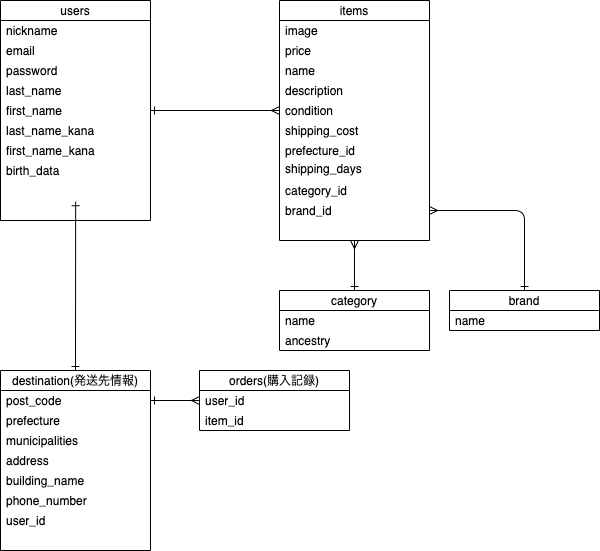
Above: ER.drawio.png in gaki-h/furima-37405 (draw.io), before the change. Source tidied: cells renumbered, new cells last; positions are measured from the earlier drawing's top-left corner, leaving out a move shared by most shapes. Its diagram source:
```xml
<mxGraphModel>
  <root>
    <mxCell id="0" />
    <mxCell id="1" parent="0" />
    <mxCell id="2" style="edgeStyle=none;html=1;exitX=1;exitY=0.5;exitDx=0;exitDy=0;entryX=0;entryY=0.5;entryDx=0;entryDy=0;startArrow=ERone;startFill=0;endArrow=ERmany;endFill=0;elbow=vertical;" parent="1" edge="1" source="3" target="19">
      <mxGeometry relative="1" as="geometry" />
    </mxCell>
    <mxCell id="3" value="users" style="swimlane;fontStyle=0;horizontal=1;startSize=20;" parent="1" vertex="1">
      <mxGeometry width="150" height="220" as="geometry" />
    </mxCell>
    <mxCell id="4" value="nickname" style="text;strokeColor=none;fillColor=none;align=left;verticalAlign=middle;spacingLeft=4;spacingRight=4;overflow=hidden;" parent="3" vertex="1">
      <mxGeometry y="20" width="150" height="20" as="geometry" />
    </mxCell>
    <mxCell id="5" value="email" style="text;strokeColor=none;fillColor=none;align=left;verticalAlign=middle;spacingLeft=4;spacingRight=4;overflow=hidden;" parent="3" vertex="1">
      <mxGeometry y="40" width="150" height="20" as="geometry" />
    </mxCell>
    <mxCell id="6" value="password" style="text;strokeColor=none;fillColor=none;align=left;verticalAlign=middle;spacingLeft=4;spacingRight=4;overflow=hidden;" parent="3" vertex="1">
      <mxGeometry y="60" width="150" height="20" as="geometry" />
    </mxCell>
    <mxCell id="7" value="last_name" style="text;strokeColor=none;fillColor=none;align=left;verticalAlign=middle;spacingLeft=4;spacingRight=4;overflow=hidden;" parent="3" vertex="1">
      <mxGeometry y="80" width="150" height="20" as="geometry" />
    </mxCell>
    <mxCell id="8" value="first_name" style="text;strokeColor=none;fillColor=none;align=left;verticalAlign=middle;spacingLeft=4;spacingRight=4;overflow=hidden;" parent="3" vertex="1">
      <mxGeometry y="100" width="150" height="20" as="geometry" />
    </mxCell>
    <mxCell id="9" value="last_name_kana" style="text;strokeColor=none;fillColor=none;align=left;verticalAlign=middle;spacingLeft=4;spacingRight=4;overflow=hidden;" parent="3" vertex="1">
      <mxGeometry y="120" width="150" height="20" as="geometry" />
    </mxCell>
    <mxCell id="10" value="first_name_kana" style="text;strokeColor=none;fillColor=none;align=left;verticalAlign=middle;spacingLeft=4;spacingRight=4;overflow=hidden;" parent="3" vertex="1">
      <mxGeometry y="140" width="150" height="20" as="geometry" />
    </mxCell>
    <mxCell id="11" value="birth_data" style="text;strokeColor=none;fillColor=none;align=left;verticalAlign=middle;spacingLeft=4;spacingRight=4;overflow=hidden;" parent="3" vertex="1">
      <mxGeometry y="160" width="150" height="20" as="geometry" />
    </mxCell>
    <mxCell id="12" style="text;strokeColor=none;fillColor=none;align=left;verticalAlign=middle;spacingLeft=4;spacingRight=4;overflow=hidden;points=[[0,0.5],[1,0.5]];portConstraint=eastwest;" parent="3" vertex="1">
      <mxGeometry y="180" width="150" height="20" as="geometry" />
    </mxCell>
    <mxCell id="13" style="text;strokeColor=none;fillColor=none;align=left;verticalAlign=middle;spacingLeft=4;spacingRight=4;overflow=hidden;points=[[0,0.5],[1,0.5]];portConstraint=eastwest;" parent="3" vertex="1">
      <mxGeometry y="200" width="150" height="20" as="geometry" />
    </mxCell>
    <mxCell id="14" value="items" style="swimlane;fontStyle=0;horizontal=1;startSize=20;" parent="1" vertex="1">
      <mxGeometry x="279" width="150" height="240" as="geometry" />
    </mxCell>
    <mxCell id="15" value="image" style="text;strokeColor=none;fillColor=none;align=left;verticalAlign=middle;spacingLeft=4;spacingRight=4;overflow=hidden;" parent="14" vertex="1">
      <mxGeometry y="20" width="150" height="20" as="geometry" />
    </mxCell>
    <mxCell id="16" value="price" style="text;strokeColor=none;fillColor=none;align=left;verticalAlign=middle;spacingLeft=4;spacingRight=4;overflow=hidden;" parent="14" vertex="1">
      <mxGeometry y="40" width="150" height="20" as="geometry" />
    </mxCell>
    <mxCell id="17" value="name" style="text;strokeColor=none;fillColor=none;align=left;verticalAlign=middle;spacingLeft=4;spacingRight=4;overflow=hidden;" parent="14" vertex="1">
      <mxGeometry y="60" width="150" height="20" as="geometry" />
    </mxCell>
    <mxCell id="18" value="description" style="text;strokeColor=none;fillColor=none;align=left;verticalAlign=middle;spacingLeft=4;spacingRight=4;overflow=hidden;" parent="14" vertex="1">
      <mxGeometry y="80" width="150" height="20" as="geometry" />
    </mxCell>
    <mxCell id="19" value="condition" style="text;strokeColor=none;fillColor=none;align=left;verticalAlign=middle;spacingLeft=4;spacingRight=4;overflow=hidden;points=[[0,0.5],[1,0.5]];portConstraint=eastwest;" parent="14" vertex="1">
      <mxGeometry y="100" width="150" height="20" as="geometry" />
    </mxCell>
    <mxCell id="20" value="shipping_cost" style="text;strokeColor=none;fillColor=none;align=left;verticalAlign=middle;spacingLeft=4;spacingRight=4;overflow=hidden;" parent="14" vertex="1">
      <mxGeometry y="120" width="150" height="20" as="geometry" />
    </mxCell>
    <mxCell id="21" value="prefecture_id" style="text;strokeColor=none;fillColor=none;align=left;verticalAlign=middle;spacingLeft=4;spacingRight=4;overflow=hidden;" parent="14" vertex="1">
      <mxGeometry y="140" width="150" height="20" as="geometry" />
    </mxCell>
    <mxCell id="22" value="shipping_days&#10;&#10;" style="text;strokeColor=none;fillColor=none;align=left;verticalAlign=middle;spacingLeft=4;spacingRight=4;overflow=hidden;" parent="14" vertex="1">
      <mxGeometry y="160" width="150" height="20" as="geometry" />
    </mxCell>
    <mxCell id="23" value="category_id" style="text;strokeColor=none;fillColor=none;align=left;verticalAlign=middle;spacingLeft=4;spacingRight=4;overflow=hidden;" parent="14" vertex="1">
      <mxGeometry y="180" width="150" height="20" as="geometry" />
    </mxCell>
    <mxCell id="24" value="brand_id" style="text;strokeColor=none;fillColor=none;align=left;verticalAlign=middle;spacingLeft=4;spacingRight=4;overflow=hidden;points=[[0,0.5],[1,0.5]];portConstraint=eastwest;" parent="14" vertex="1">
      <mxGeometry y="200" width="150" height="20" as="geometry" />
    </mxCell>
    <mxCell id="25" style="text;strokeColor=none;fillColor=none;align=left;verticalAlign=middle;spacingLeft=4;spacingRight=4;overflow=hidden;" parent="14" vertex="1">
      <mxGeometry y="220" width="150" height="20" as="geometry" />
    </mxCell>
    <mxCell id="26" style="html=1;exitX=0.5;exitY=0;exitDx=0;exitDy=0;entryX=0.501;entryY=1.061;entryDx=0;entryDy=0;entryPerimeter=0;elbow=vertical;endArrow=ERone;endFill=0;startArrow=ERone;startFill=0;" parent="1" edge="1" source="27" target="12">
      <mxGeometry relative="1" as="geometry" />
    </mxCell>
    <mxCell id="27" value="destination(発送先情報)" style="swimlane;fontStyle=0;horizontal=1;startSize=20;" parent="1" vertex="1">
      <mxGeometry y="370" width="150" height="180" as="geometry" />
    </mxCell>
    <mxCell id="28" value="post_code" style="text;strokeColor=none;fillColor=none;align=left;verticalAlign=middle;spacingLeft=4;spacingRight=4;overflow=hidden;points=[[0,0.5],[1,0.5]];portConstraint=eastwest;" parent="27" vertex="1">
      <mxGeometry y="20" width="150" height="20" as="geometry" />
    </mxCell>
    <mxCell id="29" value="prefecture" style="text;strokeColor=none;fillColor=none;align=left;verticalAlign=middle;spacingLeft=4;spacingRight=4;overflow=hidden;" parent="27" vertex="1">
      <mxGeometry y="40" width="150" height="20" as="geometry" />
    </mxCell>
    <mxCell id="30" value="municipalities" style="text;strokeColor=none;fillColor=none;align=left;verticalAlign=middle;spacingLeft=4;spacingRight=4;overflow=hidden;points=[[0,0.5],[1,0.5]];portConstraint=eastwest;" parent="27" vertex="1">
      <mxGeometry y="60" width="150" height="20" as="geometry" />
    </mxCell>
    <mxCell id="31" value="address" style="text;strokeColor=none;fillColor=none;align=left;verticalAlign=middle;spacingLeft=4;spacingRight=4;overflow=hidden;" parent="27" vertex="1">
      <mxGeometry y="80" width="150" height="20" as="geometry" />
    </mxCell>
    <mxCell id="32" value="building_name" style="text;strokeColor=none;fillColor=none;align=left;verticalAlign=middle;spacingLeft=4;spacingRight=4;overflow=hidden;" parent="27" vertex="1">
      <mxGeometry y="100" width="150" height="20" as="geometry" />
    </mxCell>
    <mxCell id="33" value="phone_number" style="text;strokeColor=none;fillColor=none;align=left;verticalAlign=middle;spacingLeft=4;spacingRight=4;overflow=hidden;" parent="27" vertex="1">
      <mxGeometry y="120" width="150" height="20" as="geometry" />
    </mxCell>
    <mxCell id="34" value="user_id" style="text;strokeColor=none;fillColor=none;align=left;verticalAlign=middle;spacingLeft=4;spacingRight=4;overflow=hidden;" parent="27" vertex="1">
      <mxGeometry y="140" width="150" height="20" as="geometry" />
    </mxCell>
    <mxCell id="35" style="text;strokeColor=none;fillColor=none;align=left;verticalAlign=middle;spacingLeft=4;spacingRight=4;overflow=hidden;" parent="27" vertex="1">
      <mxGeometry y="160" width="150" height="20" as="geometry" />
    </mxCell>
    <mxCell id="36" value="orders(購入記録)" style="swimlane;fontStyle=0;horizontal=1;startSize=20;" parent="1" vertex="1">
      <mxGeometry x="199" y="370" width="150" height="60" as="geometry" />
    </mxCell>
    <mxCell id="37" value="user_id" style="text;strokeColor=none;fillColor=none;align=left;verticalAlign=middle;spacingLeft=4;spacingRight=4;overflow=hidden;points=[[0,0.5],[1,0.5]];portConstraint=eastwest;" parent="36" vertex="1">
      <mxGeometry y="20" width="150" height="20" as="geometry" />
    </mxCell>
    <mxCell id="38" value="item_id" style="text;strokeColor=none;fillColor=none;align=left;verticalAlign=middle;spacingLeft=4;spacingRight=4;overflow=hidden;" parent="36" vertex="1">
      <mxGeometry y="40" width="150" height="20" as="geometry" />
    </mxCell>
    <mxCell id="39" style="html=1;exitX=0.5;exitY=0;exitDx=0;exitDy=0;startArrow=ERone;startFill=0;endArrow=ERmany;endFill=0;elbow=vertical;" parent="1" edge="1" source="40">
      <mxGeometry relative="1" as="geometry">
        <mxPoint x="354" y="240" as="targetPoint" />
      </mxGeometry>
    </mxCell>
    <mxCell id="40" value="category" style="swimlane;fontStyle=0;horizontal=1;startSize=20;" parent="1" vertex="1">
      <mxGeometry x="279" y="290" width="150" height="60" as="geometry" />
    </mxCell>
    <mxCell id="41" value="name" style="text;strokeColor=none;fillColor=none;align=left;verticalAlign=middle;spacingLeft=4;spacingRight=4;overflow=hidden;" parent="40" vertex="1">
      <mxGeometry y="20" width="150" height="20" as="geometry" />
    </mxCell>
    <mxCell id="42" value="ancestry" style="text;strokeColor=none;fillColor=none;align=left;verticalAlign=middle;spacingLeft=4;spacingRight=4;overflow=hidden;" parent="40" vertex="1">
      <mxGeometry y="40" width="150" height="20" as="geometry" />
    </mxCell>
    <mxCell id="43" style="edgeStyle=orthogonalEdgeStyle;html=1;exitX=0.5;exitY=0;exitDx=0;exitDy=0;entryX=1;entryY=0.5;entryDx=0;entryDy=0;startArrow=ERone;startFill=0;endArrow=ERmany;endFill=0;elbow=vertical;" parent="1" edge="1" source="44" target="24">
      <mxGeometry relative="1" as="geometry" />
    </mxCell>
    <mxCell id="44" value="brand" style="swimlane;fontStyle=0;horizontal=1;startSize=20;" parent="1" vertex="1">
      <mxGeometry x="449" y="290" width="150" height="40" as="geometry" />
    </mxCell>
    <mxCell id="45" value="name" style="text;strokeColor=none;fillColor=none;align=left;verticalAlign=middle;spacingLeft=4;spacingRight=4;overflow=hidden;" parent="44" vertex="1">
      <mxGeometry y="20" width="150" height="20" as="geometry" />
    </mxCell>
    <mxCell id="46" style="edgeStyle=none;html=1;exitX=0;exitY=0.5;exitDx=0;exitDy=0;startArrow=ERmany;startFill=0;endArrow=ERone;endFill=0;elbow=vertical;entryX=1;entryY=0.5;entryDx=0;entryDy=0;" parent="1" edge="1" source="37" target="28">
      <mxGeometry relative="1" as="geometry" />
    </mxCell>
  </root>
</mxGraphModel>
```
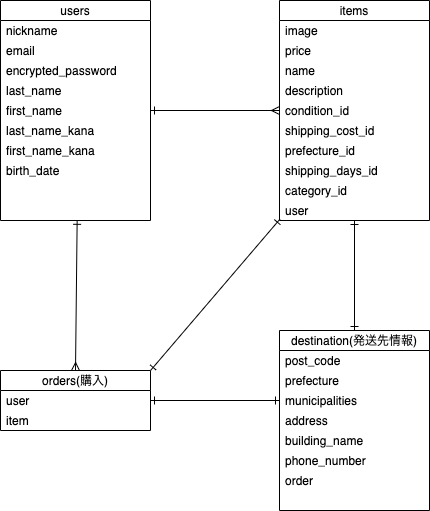
The same diagram one commit later.

Change to the diagram source:
```diff
@@ -14,7 +14,7 @@
     <mxCell id="5" value="email" style="text;strokeColor=none;fillColor=none;align=left;verticalAlign=middle;spacingLeft=4;spacingRight=4;overflow=hidden;" parent="3" vertex="1">
       <mxGeometry y="40" width="150" height="20" as="geometry" />
     </mxCell>
-    <mxCell id="6" value="password" style="text;strokeColor=none;fillColor=none;align=left;verticalAlign=middle;spacingLeft=4;spacingRight=4;overflow=hidden;" parent="3" vertex="1">
+    <mxCell id="6" value="encrypted_password" style="text;strokeColor=none;fillColor=none;align=left;verticalAlign=middle;spacingLeft=4;spacingRight=4;overflow=hidden;" parent="3" vertex="1">
       <mxGeometry y="60" width="150" height="20" as="geometry" />
     </mxCell>
     <mxCell id="7" value="last_name" style="text;strokeColor=none;fillColor=none;align=left;verticalAlign=middle;spacingLeft=4;spacingRight=4;overflow=hidden;" parent="3" vertex="1">
@@ -29,7 +29,7 @@
     <mxCell id="10" value="first_name_kana" style="text;strokeColor=none;fillColor=none;align=left;verticalAlign=middle;spacingLeft=4;spacingRight=4;overflow=hidden;" parent="3" vertex="1">
       <mxGeometry y="140" width="150" height="20" as="geometry" />
     </mxCell>
-    <mxCell id="11" value="birth_data" style="text;strokeColor=none;fillColor=none;align=left;verticalAlign=middle;spacingLeft=4;spacingRight=4;overflow=hidden;" parent="3" vertex="1">
+    <mxCell id="11" value="birth_date" style="text;strokeColor=none;fillColor=none;align=left;verticalAlign=middle;spacingLeft=4;spacingRight=4;overflow=hidden;" parent="3" vertex="1">
       <mxGeometry y="160" width="150" height="20" as="geometry" />
     </mxCell>
     <mxCell id="12" style="text;strokeColor=none;fillColor=none;align=left;verticalAlign=middle;spacingLeft=4;spacingRight=4;overflow=hidden;points=[[0,0.5],[1,0.5]];portConstraint=eastwest;" parent="3" vertex="1">
@@ -39,7 +39,7 @@
       <mxGeometry y="200" width="150" height="20" as="geometry" />
     </mxCell>
     <mxCell id="14" value="items" style="swimlane;fontStyle=0;horizontal=1;startSize=20;" parent="1" vertex="1">
-      <mxGeometry x="279" width="150" height="240" as="geometry" />
+      <mxGeometry x="279" width="150" height="220" as="geometry" />
     </mxCell>
     <mxCell id="15" value="image" style="text;strokeColor=none;fillColor=none;align=left;verticalAlign=middle;spacingLeft=4;spacingRight=4;overflow=hidden;" parent="14" vertex="1">
       <mxGeometry y="20" width="150" height="20" as="geometry" />
@@ -53,32 +53,31 @@
     <mxCell id="18" value="description" style="text;strokeColor=none;fillColor=none;align=left;verticalAlign=middle;spacingLeft=4;spacingRight=4;overflow=hidden;" parent="14" vertex="1">
       <mxGeometry y="80" width="150" height="20" as="geometry" />
     </mxCell>
-    <mxCell id="19" value="condition" style="text;strokeColor=none;fillColor=none;align=left;verticalAlign=middle;spacingLeft=4;spacingRight=4;overflow=hidden;points=[[0,0.5],[1,0.5]];portConstraint=eastwest;" parent="14" vertex="1">
+    <mxCell id="19" value="condition_id" style="text;strokeColor=none;fillColor=none;align=left;verticalAlign=middle;spacingLeft=4;spacingRight=4;overflow=hidden;points=[[0,0.5],[1,0.5]];portConstraint=eastwest;" parent="14" vertex="1">
       <mxGeometry y="100" width="150" height="20" as="geometry" />
     </mxCell>
-    <mxCell id="20" value="shipping_cost" style="text;strokeColor=none;fillColor=none;align=left;verticalAlign=middle;spacingLeft=4;spacingRight=4;overflow=hidden;" parent="14" vertex="1">
+    <mxCell id="20" value="shipping_cost_id" style="text;strokeColor=none;fillColor=none;align=left;verticalAlign=middle;spacingLeft=4;spacingRight=4;overflow=hidden;" parent="14" vertex="1">
       <mxGeometry y="120" width="150" height="20" as="geometry" />
     </mxCell>
     <mxCell id="21" value="prefecture_id" style="text;strokeColor=none;fillColor=none;align=left;verticalAlign=middle;spacingLeft=4;spacingRight=4;overflow=hidden;" parent="14" vertex="1">
       <mxGeometry y="140" width="150" height="20" as="geometry" />
     </mxCell>
-    <mxCell id="22" value="shipping_days&#10;&#10;" style="text;strokeColor=none;fillColor=none;align=left;verticalAlign=middle;spacingLeft=4;spacingRight=4;overflow=hidden;" parent="14" vertex="1">
+    <mxCell id="22" value="shipping_days_id" style="text;strokeColor=none;fillColor=none;align=left;verticalAlign=middle;spacingLeft=4;spacingRight=4;overflow=hidden;" parent="14" vertex="1">
       <mxGeometry y="160" width="150" height="20" as="geometry" />
     </mxCell>
-    <mxCell id="23" value="category_id" style="text;strokeColor=none;fillColor=none;align=left;verticalAlign=middle;spacingLeft=4;spacingRight=4;overflow=hidden;" parent="14" vertex="1">
-      <mxGeometry y="180" width="150" height="20" as="geometry" />
-    </mxCell>
-    <mxCell id="24" value="brand_id" style="text;strokeColor=none;fillColor=none;align=left;verticalAlign=middle;spacingLeft=4;spacingRight=4;overflow=hidden;points=[[0,0.5],[1,0.5]];portConstraint=eastwest;" parent="14" vertex="1">
-      <mxGeometry y="200" width="150" height="20" as="geometry" />
-    </mxCell>
-    <mxCell id="25" style="text;strokeColor=none;fillColor=none;align=left;verticalAlign=middle;spacingLeft=4;spacingRight=4;overflow=hidden;" parent="14" vertex="1">
-      <mxGeometry y="220" width="150" height="20" as="geometry" />
+    <mxCell id="25" value="category_id" style="text;strokeColor=none;fillColor=none;align=left;verticalAlign=middle;spacingLeft=4;spacingRight=4;overflow=hidden;" parent="14" vertex="1">
+      <mxGeometry y="180" width="150" height="20" as="geometry" />
     </mxCell>
-    <mxCell id="26" style="html=1;exitX=0.5;exitY=0;exitDx=0;exitDy=0;entryX=0.501;entryY=1.061;entryDx=0;entryDy=0;entryPerimeter=0;elbow=vertical;endArrow=ERone;endFill=0;startArrow=ERone;startFill=0;" parent="1" edge="1" source="27" target="12">
-      <mxGeometry relative="1" as="geometry" />
-    </mxCell>
+    <mxCell id="47" value="user" style="text;strokeColor=none;fillColor=none;align=left;verticalAlign=middle;spacingLeft=4;spacingRight=4;overflow=hidden;points=[[0,0.5],[1,0.5]];portConstraint=eastwest;" parent="14" vertex="1">
+      <mxGeometry y="200" width="150" height="20" as="geometry" />
+    </mxCell>
+    <mxCell id="48" style="edgeStyle=none;html=1;exitX=0.5;exitY=0;exitDx=0;exitDy=0;startArrow=ERone;startFill=0;endArrow=ERone;endFill=0;elbow=vertical;" parent="1" edge="1" source="27">
+      <mxGeometry relative="1" as="geometry">
+        <mxPoint x="354" y="220" as="targetPoint" />
+      </mxGeometry>
+    </mxCell>
     <mxCell id="27" value="destination(発送先情報)" style="swimlane;fontStyle=0;horizontal=1;startSize=20;" parent="1" vertex="1">
-      <mxGeometry y="370" width="150" height="180" as="geometry" />
+      <mxGeometry x="279" y="330" width="150" height="180" as="geometry" />
     </mxCell>
     <mxCell id="28" value="post_code" style="text;strokeColor=none;fillColor=none;align=left;verticalAlign=middle;spacingLeft=4;spacingRight=4;overflow=hidden;points=[[0,0.5],[1,0.5]];portConstraint=eastwest;" parent="27" vertex="1">
       <mxGeometry y="20" width="150" height="20" as="geometry" />
@@ -98,46 +97,29 @@
     <mxCell id="33" value="phone_number" style="text;strokeColor=none;fillColor=none;align=left;verticalAlign=middle;spacingLeft=4;spacingRight=4;overflow=hidden;" parent="27" vertex="1">
       <mxGeometry y="120" width="150" height="20" as="geometry" />
     </mxCell>
-    <mxCell id="34" value="user_id" style="text;strokeColor=none;fillColor=none;align=left;verticalAlign=middle;spacingLeft=4;spacingRight=4;overflow=hidden;" parent="27" vertex="1">
+    <mxCell id="34" value="order" style="text;strokeColor=none;fillColor=none;align=left;verticalAlign=middle;spacingLeft=4;spacingRight=4;overflow=hidden;" parent="27" vertex="1">
       <mxGeometry y="140" width="150" height="20" as="geometry" />
     </mxCell>
     <mxCell id="35" style="text;strokeColor=none;fillColor=none;align=left;verticalAlign=middle;spacingLeft=4;spacingRight=4;overflow=hidden;" parent="27" vertex="1">
       <mxGeometry y="160" width="150" height="20" as="geometry" />
     </mxCell>
+    <mxCell id="49" style="edgeStyle=none;html=1;exitX=0.5;exitY=0;exitDx=0;exitDy=0;entryX=0.511;entryY=0.991;entryDx=0;entryDy=0;entryPerimeter=0;startArrow=ERmany;startFill=0;endArrow=ERone;endFill=0;elbow=vertical;" parent="1" edge="1" source="36" target="13">
+      <mxGeometry relative="1" as="geometry" />
+    </mxCell>
+    <mxCell id="50" style="edgeStyle=none;html=1;exitX=1;exitY=0;exitDx=0;exitDy=0;entryX=0.003;entryY=0.931;entryDx=0;entryDy=0;entryPerimeter=0;startArrow=ERone;startFill=0;endArrow=ERone;endFill=0;elbow=vertical;" parent="1" edge="1" source="36" target="47">
+      <mxGeometry relative="1" as="geometry" />
+    </mxCell>
-    <mxCell id="36" value="orders(購入記録)" style="swimlane;fontStyle=0;horizontal=1;startSize=20;" parent="1" vertex="1">
-      <mxGeometry x="199" y="370" width="150" height="60" as="geometry" />
+    <mxCell id="36" value="orders(購入)" style="swimlane;fontStyle=0;horizontal=1;startSize=20;" parent="1" vertex="1">
+      <mxGeometry y="370" width="150" height="60" as="geometry" />
     </mxCell>
-    <mxCell id="37" value="user_id" style="text;strokeColor=none;fillColor=none;align=left;verticalAlign=middle;spacingLeft=4;spacingRight=4;overflow=hidden;points=[[0,0.5],[1,0.5]];portConstraint=eastwest;" parent="36" vertex="1">
+    <mxCell id="37" value="user" style="text;strokeColor=none;fillColor=none;align=left;verticalAlign=middle;spacingLeft=4;spacingRight=4;overflow=hidden;points=[[0,0.5],[1,0.5]];portConstraint=eastwest;" parent="36" vertex="1">
       <mxGeometry y="20" width="150" height="20" as="geometry" />
     </mxCell>
-    <mxCell id="38" value="item_id" style="text;strokeColor=none;fillColor=none;align=left;verticalAlign=middle;spacingLeft=4;spacingRight=4;overflow=hidden;" parent="36" vertex="1">
+    <mxCell id="38" value="item" style="text;strokeColor=none;fillColor=none;align=left;verticalAlign=middle;spacingLeft=4;spacingRight=4;overflow=hidden;" parent="36" vertex="1">
       <mxGeometry y="40" width="150" height="20" as="geometry" />
     </mxCell>
-    <mxCell id="39" style="html=1;exitX=0.5;exitY=0;exitDx=0;exitDy=0;startArrow=ERone;startFill=0;endArrow=ERmany;endFill=0;elbow=vertical;" parent="1" edge="1" source="40">
-      <mxGeometry relative="1" as="geometry">
-        <mxPoint x="354" y="240" as="targetPoint" />
-      </mxGeometry>
-    </mxCell>
-    <mxCell id="40" value="category" style="swimlane;fontStyle=0;horizontal=1;startSize=20;" parent="1" vertex="1">
-      <mxGeometry x="279" y="290" width="150" height="60" as="geometry" />
-    </mxCell>
-    <mxCell id="41" value="name" style="text;strokeColor=none;fillColor=none;align=left;verticalAlign=middle;spacingLeft=4;spacingRight=4;overflow=hidden;" parent="40" vertex="1">
-      <mxGeometry y="20" width="150" height="20" as="geometry" />
-    </mxCell>
-    <mxCell id="42" value="ancestry" style="text;strokeColor=none;fillColor=none;align=left;verticalAlign=middle;spacingLeft=4;spacingRight=4;overflow=hidden;" parent="40" vertex="1">
-      <mxGeometry y="40" width="150" height="20" as="geometry" />
-    </mxCell>
-    <mxCell id="43" style="edgeStyle=orthogonalEdgeStyle;html=1;exitX=0.5;exitY=0;exitDx=0;exitDy=0;entryX=1;entryY=0.5;entryDx=0;entryDy=0;startArrow=ERone;startFill=0;endArrow=ERmany;endFill=0;elbow=vertical;" parent="1" edge="1" source="44" target="24">
-      <mxGeometry relative="1" as="geometry" />
-    </mxCell>
-    <mxCell id="44" value="brand" style="swimlane;fontStyle=0;horizontal=1;startSize=20;" parent="1" vertex="1">
-      <mxGeometry x="449" y="290" width="150" height="40" as="geometry" />
-    </mxCell>
-    <mxCell id="45" value="name" style="text;strokeColor=none;fillColor=none;align=left;verticalAlign=middle;spacingLeft=4;spacingRight=4;overflow=hidden;" parent="44" vertex="1">
-      <mxGeometry y="20" width="150" height="20" as="geometry" />
-    </mxCell>
-    <mxCell id="46" style="edgeStyle=none;html=1;exitX=0;exitY=0.5;exitDx=0;exitDy=0;startArrow=ERmany;startFill=0;endArrow=ERone;endFill=0;elbow=vertical;entryX=1;entryY=0.5;entryDx=0;entryDy=0;" parent="1" edge="1" source="37" target="28">
-      <mxGeometry relative="1" as="geometry" />
-    </mxCell>
+    <mxCell id="51" style="edgeStyle=none;html=1;exitX=1;exitY=0.5;exitDx=0;exitDy=0;entryX=0;entryY=0.5;entryDx=0;entryDy=0;startArrow=ERone;startFill=0;endArrow=ERone;endFill=0;elbow=vertical;" parent="1" edge="1" source="37" target="30">
+      <mxGeometry relative="1" as="geometry" />
+    </mxCell>
   </root>
 </mxGraphModel>
```
